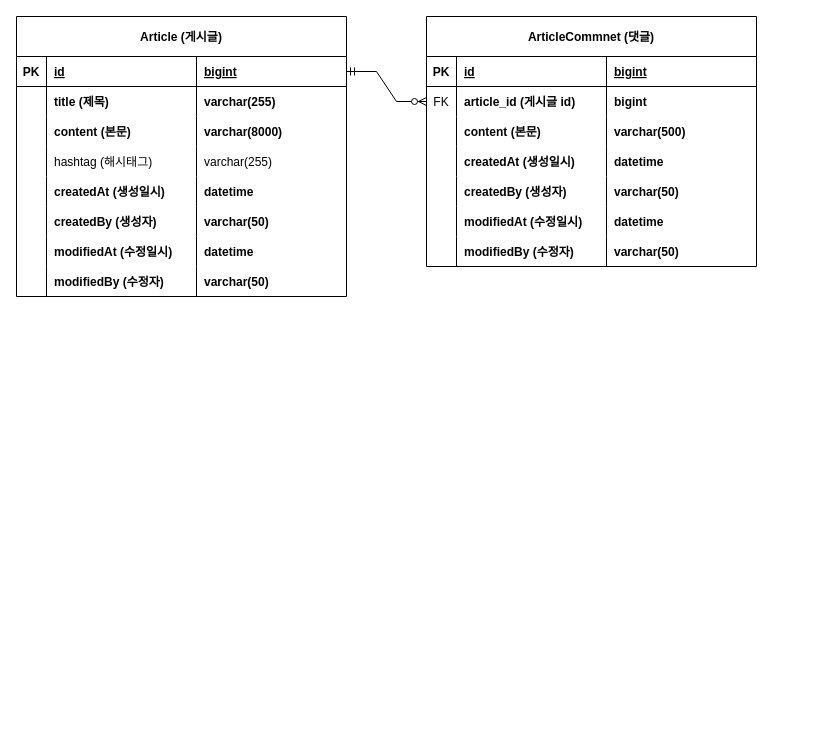
This is document/document.drawio from sorayeon/project-board, a draw.io file, before an edit. Source tidied: cells renumbered, new cells numbered last; positions are measured from the earlier drawing's top-left corner, leaving out a move shared by most shapes. Both pictures are drawn from the tidied source at 100%, with x=0, y=0 at pixel (16, 16).
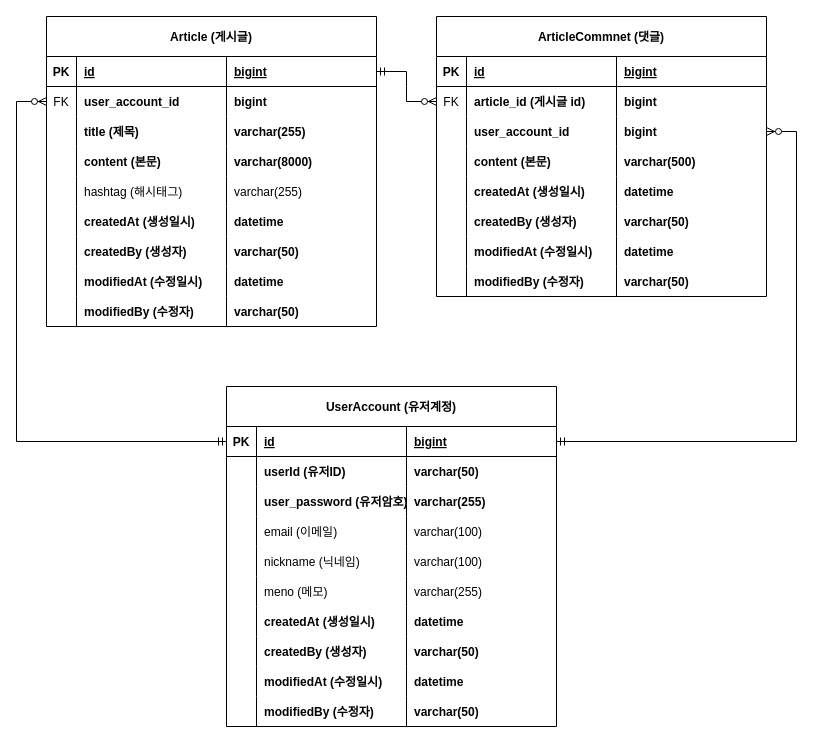
Above is the later version.

Commit message (it also covers changes not shown here):
#12-회원계정 도메인구현 및 ERD 반영

The change refers to these unchanged cells:
```xml
<mxCell id="7" style="shape=tableRow;horizontal=0;startSize=0;swimlaneHead=0;swimlaneBody=0;fillColor=none;points=[[0,0.5],[1,0.5]];portConstraint=eastwest;top=0;left=0;right=0;bottom=0;" parent="2" vertex="1">
  <mxGeometry y="70" width="330" height="30" as="geometry" />
</mxCell>
<mxCell id="44" style="shape=tableRow;horizontal=0;startSize=0;swimlaneHead=0;swimlaneBody=0;fillColor=none;points=[[0,0.5],[1,0.5]];portConstraint=eastwest;top=0;left=0;right=0;bottom=0;" parent="35" vertex="1">
  <mxGeometry y="100" width="330" height="30" as="geometry" />
</mxCell>
```

Diff of the diagram source:
```diff
@@
     <mxCell id="2" value="Article (게시글)" style="shape=table;startSize=40;childLayout=tableLayout;rowLines=0;fontStyle=1;align=center;" parent="1" vertex="1">
-      <mxGeometry width="330" height="280" as="geometry" />
+      <mxGeometry x="30" width="330" height="310" as="geometry" />
     </mxCell>
@@
-    <mxCell id="8" style="shape=partialRectangle;fillColor=none;top=0;left=0;bottom=0;right=0;overflow=hidden;" parent="7" vertex="1">
+    <mxCell id="8" value="FK" style="shape=partialRectangle;fillColor=none;top=0;left=0;bottom=0;right=0;overflow=hidden;" parent="7" vertex="1">
       <mxGeometry width="30" height="30" as="geometry" />
     </mxCell>
-    <mxCell id="9" value="title (제목)" style="shape=partialRectangle;fillColor=none;top=0;left=0;bottom=0;right=0;align=left;spacingLeft=6;overflow=hidden;fontStyle=1;" parent="7" vertex="1">
+    <mxCell id="9" value="user_account_id" style="shape=partialRectangle;fillColor=none;top=0;left=0;bottom=0;right=0;align=left;spacingLeft=6;overflow=hidden;fontStyle=1;" parent="7" vertex="1">
       <mxGeometry x="30" width="150" height="30" as="geometry" />
     </mxCell>
-    <mxCell id="10" value="varchar(255)" style="shape=partialRectangle;fillColor=none;top=0;left=0;bottom=0;right=0;align=left;spacingLeft=6;overflow=hidden;fontStyle=1;" parent="7" vertex="1">
+    <mxCell id="10" value="bigint" style="shape=partialRectangle;fillColor=none;top=0;left=0;bottom=0;right=0;align=left;spacingLeft=6;overflow=hidden;fontStyle=1;" parent="7" vertex="1">
       <mxGeometry x="180" width="150" height="30" as="geometry" />
     </mxCell>
+    <mxCell id="65" style="shape=tableRow;horizontal=0;startSize=0;swimlaneHead=0;swimlaneBody=0;fillColor=none;top=0;left=0;right=0;bottom=0;" parent="2" vertex="1">
+      <mxGeometry y="100" width="330" height="30" as="geometry" />
+    </mxCell>
+    <mxCell id="66" style="shape=partialRectangle;fillColor=none;top=0;left=0;bottom=0;right=0;overflow=hidden;" parent="65" vertex="1">
+      <mxGeometry width="30" height="30" as="geometry" />
+    </mxCell>
+    <mxCell id="67" value="title (제목)" style="shape=partialRectangle;fillColor=none;top=0;left=0;bottom=0;right=0;align=left;spacingLeft=6;overflow=hidden;fontStyle=1;" parent="65" vertex="1">
+      <mxGeometry x="30" width="150" height="30" as="geometry" />
+    </mxCell>
+    <mxCell id="68" value="varchar(255)" style="shape=partialRectangle;fillColor=none;top=0;left=0;bottom=0;right=0;align=left;spacingLeft=6;overflow=hidden;fontStyle=1;" parent="65" vertex="1">
+      <mxGeometry x="180" width="150" height="30" as="geometry" />
+    </mxCell>
     <mxCell id="11" style="shape=tableRow;horizontal=0;startSize=0;swimlaneHead=0;swimlaneBody=0;fillColor=none;top=0;left=0;right=0;bottom=0;" parent="2" vertex="1">
-      <mxGeometry y="100" width="330" height="30" as="geometry" />
+      <mxGeometry y="130" width="330" height="30" as="geometry" />
     </mxCell>
@@
     <mxCell id="15" style="shape=tableRow;horizontal=0;startSize=0;swimlaneHead=0;swimlaneBody=0;fillColor=none;top=0;left=0;right=0;bottom=0;" parent="2" vertex="1">
-      <mxGeometry y="130" width="330" height="30" as="geometry" />
+      <mxGeometry y="160" width="330" height="30" as="geometry" />
     </mxCell>
@@
     <mxCell id="19" style="shape=tableRow;horizontal=0;startSize=0;swimlaneHead=0;swimlaneBody=0;fillColor=none;top=0;left=0;right=0;bottom=0;" parent="2" vertex="1">
-      <mxGeometry y="160" width="330" height="30" as="geometry" />
+      <mxGeometry y="190" width="330" height="30" as="geometry" />
     </mxCell>
@@
     <mxCell id="23" style="shape=tableRow;horizontal=0;startSize=0;swimlaneHead=0;swimlaneBody=0;fillColor=none;top=0;left=0;right=0;bottom=0;" parent="2" vertex="1">
-      <mxGeometry y="190" width="330" height="30" as="geometry" />
+      <mxGeometry y="220" width="330" height="30" as="geometry" />
     </mxCell>
@@
     <mxCell id="27" style="shape=tableRow;horizontal=0;startSize=0;swimlaneHead=0;swimlaneBody=0;fillColor=none;top=0;left=0;right=0;bottom=0;" parent="2" vertex="1">
-      <mxGeometry y="220" width="330" height="30" as="geometry" />
+      <mxGeometry y="250" width="330" height="30" as="geometry" />
     </mxCell>
@@
     <mxCell id="31" style="shape=tableRow;horizontal=0;startSize=0;swimlaneHead=0;swimlaneBody=0;fillColor=none;top=0;left=0;right=0;bottom=0;" parent="2" vertex="1">
-      <mxGeometry y="250" width="330" height="30" as="geometry" />
+      <mxGeometry y="280" width="330" height="30" as="geometry" />
     </mxCell>
@@
     <mxCell id="35" value="ArticleCommnet (댓글)" style="shape=table;startSize=40;childLayout=tableLayout;rowLines=0;fontStyle=1;align=center;" parent="1" vertex="1">
-      <mxGeometry x="410" width="330" height="250" as="geometry" />
+      <mxGeometry x="420" width="330" height="280" as="geometry" />
     </mxCell>
@@
-    <mxCell id="46" value="content (본문)" style="shape=partialRectangle;fillColor=none;top=0;left=0;bottom=0;right=0;align=left;spacingLeft=6;overflow=hidden;fontStyle=1;" parent="44" vertex="1">
+    <mxCell id="46" value="user_account_id" style="shape=partialRectangle;fillColor=none;top=0;left=0;bottom=0;right=0;align=left;spacingLeft=6;overflow=hidden;fontStyle=1;" parent="44" vertex="1">
       <mxGeometry x="30" width="150" height="30" as="geometry" />
     </mxCell>
-    <mxCell id="47" value="varchar(500)" style="shape=partialRectangle;fillColor=none;top=0;left=0;bottom=0;right=0;align=left;spacingLeft=6;overflow=hidden;fontStyle=1;" parent="44" vertex="1">
+    <mxCell id="47" value="bigint" style="shape=partialRectangle;fillColor=none;top=0;left=0;bottom=0;right=0;align=left;spacingLeft=6;overflow=hidden;fontStyle=1;" parent="44" vertex="1">
       <mxGeometry x="180" width="150" height="30" as="geometry" />
     </mxCell>
+    <mxCell id="69" style="shape=tableRow;horizontal=0;startSize=0;swimlaneHead=0;swimlaneBody=0;fillColor=none;top=0;left=0;right=0;bottom=0;" parent="35" vertex="1">
+      <mxGeometry y="130" width="330" height="30" as="geometry" />
+    </mxCell>
+    <mxCell id="70" style="shape=partialRectangle;fillColor=none;top=0;left=0;bottom=0;right=0;overflow=hidden;" parent="69" vertex="1">
+      <mxGeometry width="30" height="30" as="geometry" />
+    </mxCell>
+    <mxCell id="71" value="content (본문)" style="shape=partialRectangle;fillColor=none;top=0;left=0;bottom=0;right=0;align=left;spacingLeft=6;overflow=hidden;fontStyle=1;" parent="69" vertex="1">
+      <mxGeometry x="30" width="150" height="30" as="geometry" />
+    </mxCell>
+    <mxCell id="72" value="varchar(500)" style="shape=partialRectangle;fillColor=none;top=0;left=0;bottom=0;right=0;align=left;spacingLeft=6;overflow=hidden;fontStyle=1;" parent="69" vertex="1">
+      <mxGeometry x="180" width="150" height="30" as="geometry" />
+    </mxCell>
     <mxCell id="48" style="shape=tableRow;horizontal=0;startSize=0;swimlaneHead=0;swimlaneBody=0;fillColor=none;top=0;left=0;right=0;bottom=0;" parent="35" vertex="1">
-      <mxGeometry y="130" width="330" height="30" as="geometry" />
+      <mxGeometry y="160" width="330" height="30" as="geometry" />
     </mxCell>
@@
     <mxCell id="52" style="shape=tableRow;horizontal=0;startSize=0;swimlaneHead=0;swimlaneBody=0;fillColor=none;top=0;left=0;right=0;bottom=0;" parent="35" vertex="1">
-      <mxGeometry y="160" width="330" height="30" as="geometry" />
+      <mxGeometry y="190" width="330" height="30" as="geometry" />
     </mxCell>
@@
     <mxCell id="56" style="shape=tableRow;horizontal=0;startSize=0;swimlaneHead=0;swimlaneBody=0;fillColor=none;top=0;left=0;right=0;bottom=0;" parent="35" vertex="1">
-      <mxGeometry y="190" width="330" height="30" as="geometry" />
+      <mxGeometry y="220" width="330" height="30" as="geometry" />
     </mxCell>
@@
     <mxCell id="60" style="shape=tableRow;horizontal=0;startSize=0;swimlaneHead=0;swimlaneBody=0;fillColor=none;top=0;left=0;right=0;bottom=0;" parent="35" vertex="1">
-      <mxGeometry y="220" width="330" height="30" as="geometry" />
+      <mxGeometry y="250" width="330" height="30" as="geometry" />
     </mxCell>
@@
+    <mxCell id="73" value="UserAccount (유저계정)" style="shape=table;startSize=40;childLayout=tableLayout;rowLines=0;fontStyle=1;align=center;" parent="1" vertex="1">
+      <mxGeometry x="210" y="370" width="330" height="340" as="geometry" />
+    </mxCell>
+    <mxCell id="74" style="shape=tableRow;horizontal=0;startSize=0;swimlaneHead=0;swimlaneBody=0;fillColor=none;points=[[0,0.5],[1,0.5]];portConstraint=eastwest;top=0;left=0;right=0;bottom=1;" parent="73" vertex="1">
+      <mxGeometry y="40" width="330" height="30" as="geometry" />
+    </mxCell>
+    <mxCell id="75" value="PK" style="shape=partialRectangle;fillColor=none;top=0;left=0;bottom=0;right=0;fontStyle=1;overflow=hidden;" parent="74" vertex="1">
+      <mxGeometry width="30" height="30" as="geometry" />
+    </mxCell>
+    <mxCell id="76" value="id" style="shape=partialRectangle;fillColor=none;top=0;left=0;bottom=0;right=0;align=left;spacingLeft=6;fontStyle=5;overflow=hidden;" parent="74" vertex="1">
+      <mxGeometry x="30" width="150" height="30" as="geometry" />
+    </mxCell>
+    <mxCell id="77" value="bigint" style="shape=partialRectangle;fillColor=none;top=0;left=0;bottom=0;right=0;align=left;spacingLeft=6;fontStyle=5;overflow=hidden;" parent="74" vertex="1">
+      <mxGeometry x="180" width="150" height="30" as="geometry" />
+    </mxCell>
+    <mxCell id="78" style="shape=tableRow;horizontal=0;startSize=0;swimlaneHead=0;swimlaneBody=0;fillColor=none;top=0;left=0;right=0;bottom=0;" parent="73" vertex="1">
+      <mxGeometry y="70" width="330" height="30" as="geometry" />
+    </mxCell>
+    <mxCell id="79" style="shape=partialRectangle;fillColor=none;top=0;left=0;bottom=0;right=0;overflow=hidden;" parent="78" vertex="1">
+      <mxGeometry width="30" height="30" as="geometry" />
+    </mxCell>
+    <mxCell id="80" value="userId (유저ID)" style="shape=partialRectangle;fillColor=none;top=0;left=0;bottom=0;right=0;align=left;spacingLeft=6;overflow=hidden;fontStyle=1;" parent="78" vertex="1">
+      <mxGeometry x="30" width="150" height="30" as="geometry" />
+    </mxCell>
+    <mxCell id="81" value="varchar(50)" style="shape=partialRectangle;fillColor=none;top=0;left=0;bottom=0;right=0;align=left;spacingLeft=6;overflow=hidden;fontStyle=1;" parent="78" vertex="1">
+      <mxGeometry x="180" width="150" height="30" as="geometry" />
+    </mxCell>
+    <mxCell id="82" style="shape=tableRow;horizontal=0;startSize=0;swimlaneHead=0;swimlaneBody=0;fillColor=none;top=0;left=0;right=0;bottom=0;" parent="73" vertex="1">
+      <mxGeometry y="100" width="330" height="30" as="geometry" />
+    </mxCell>
+    <mxCell id="83" style="shape=partialRectangle;fillColor=none;top=0;left=0;bottom=0;right=0;overflow=hidden;" parent="82" vertex="1">
+      <mxGeometry width="30" height="30" as="geometry" />
+    </mxCell>
+    <mxCell id="84" value="user_password (유저암호)" style="shape=partialRectangle;fillColor=none;top=0;left=0;bottom=0;right=0;align=left;spacingLeft=6;overflow=hidden;fontStyle=1;" parent="82" vertex="1">
+      <mxGeometry x="30" width="150" height="30" as="geometry" />
+    </mxCell>
+    <mxCell id="85" value="varchar(255)" style="shape=partialRectangle;fillColor=none;top=0;left=0;bottom=0;right=0;align=left;spacingLeft=6;overflow=hidden;fontStyle=1;" parent="82" vertex="1">
+      <mxGeometry x="180" width="150" height="30" as="geometry" />
+    </mxCell>
+    <mxCell id="86" style="shape=tableRow;horizontal=0;startSize=0;swimlaneHead=0;swimlaneBody=0;fillColor=none;top=0;left=0;right=0;bottom=0;" parent="73" vertex="1">
+      <mxGeometry y="130" width="330" height="30" as="geometry" />
+    </mxCell>
+    <mxCell id="87" style="shape=partialRectangle;fillColor=none;top=0;left=0;bottom=0;right=0;overflow=hidden;" parent="86" vertex="1">
+      <mxGeometry width="30" height="30" as="geometry" />
+    </mxCell>
+    <mxCell id="88" value="email (이메일)" style="shape=partialRectangle;fillColor=none;top=0;left=0;bottom=0;right=0;align=left;spacingLeft=6;overflow=hidden;" parent="86" vertex="1">
+      <mxGeometry x="30" width="150" height="30" as="geometry" />
+    </mxCell>
+    <mxCell id="89" value="varchar(100)" style="shape=partialRectangle;fillColor=none;top=0;left=0;bottom=0;right=0;align=left;spacingLeft=6;overflow=hidden;" parent="86" vertex="1">
+      <mxGeometry x="180" width="150" height="30" as="geometry" />
+    </mxCell>
+    <mxCell id="90" style="shape=tableRow;horizontal=0;startSize=0;swimlaneHead=0;swimlaneBody=0;fillColor=none;top=0;left=0;right=0;bottom=0;" parent="73" vertex="1">
+      <mxGeometry y="160" width="330" height="30" as="geometry" />
+    </mxCell>
+    <mxCell id="91" style="shape=partialRectangle;fillColor=none;top=0;left=0;bottom=0;right=0;overflow=hidden;" parent="90" vertex="1">
+      <mxGeometry width="30" height="30" as="geometry" />
+    </mxCell>
+    <mxCell id="92" value="nickname (닉네임)" style="shape=partialRectangle;fillColor=none;top=0;left=0;bottom=0;right=0;align=left;spacingLeft=6;overflow=hidden;" parent="90" vertex="1">
+      <mxGeometry x="30" width="150" height="30" as="geometry" />
+    </mxCell>
+    <mxCell id="93" value="varchar(100)" style="shape=partialRectangle;fillColor=none;top=0;left=0;bottom=0;right=0;align=left;spacingLeft=6;overflow=hidden;" parent="90" vertex="1">
+      <mxGeometry x="180" width="150" height="30" as="geometry" />
+    </mxCell>
+    <mxCell id="94" style="shape=tableRow;horizontal=0;startSize=0;swimlaneHead=0;swimlaneBody=0;fillColor=none;top=0;left=0;right=0;bottom=0;" parent="73" vertex="1">
+      <mxGeometry y="190" width="330" height="30" as="geometry" />
+    </mxCell>
+    <mxCell id="95" style="shape=partialRectangle;fillColor=none;top=0;left=0;bottom=0;right=0;overflow=hidden;" parent="94" vertex="1">
+      <mxGeometry width="30" height="30" as="geometry" />
+    </mxCell>
+    <mxCell id="96" value="meno (메모)" style="shape=partialRectangle;fillColor=none;top=0;left=0;bottom=0;right=0;align=left;spacingLeft=6;overflow=hidden;" parent="94" vertex="1">
+      <mxGeometry x="30" width="150" height="30" as="geometry" />
+    </mxCell>
+    <mxCell id="97" value="varchar(255)" style="shape=partialRectangle;fillColor=none;top=0;left=0;bottom=0;right=0;align=left;spacingLeft=6;overflow=hidden;" parent="94" vertex="1">
+      <mxGeometry x="180" width="150" height="30" as="geometry" />
+    </mxCell>
+    <mxCell id="98" style="shape=tableRow;horizontal=0;startSize=0;swimlaneHead=0;swimlaneBody=0;fillColor=none;top=0;left=0;right=0;bottom=0;" parent="73" vertex="1">
+      <mxGeometry y="220" width="330" height="30" as="geometry" />
+    </mxCell>
+    <mxCell id="99" style="shape=partialRectangle;fillColor=none;top=0;left=0;bottom=0;right=0;overflow=hidden;" parent="98" vertex="1">
+      <mxGeometry width="30" height="30" as="geometry" />
+    </mxCell>
+    <mxCell id="100" value="createdAt (생성일시)" style="shape=partialRectangle;fillColor=none;top=0;left=0;bottom=0;right=0;align=left;spacingLeft=6;overflow=hidden;fontStyle=1;" parent="98" vertex="1">
+      <mxGeometry x="30" width="150" height="30" as="geometry" />
+    </mxCell>
+    <mxCell id="101" value="datetime" style="shape=partialRectangle;fillColor=none;top=0;left=0;bottom=0;right=0;align=left;spacingLeft=6;overflow=hidden;fontStyle=1;" parent="98" vertex="1">
+      <mxGeometry x="180" width="150" height="30" as="geometry" />
+    </mxCell>
+    <mxCell id="102" style="shape=tableRow;horizontal=0;startSize=0;swimlaneHead=0;swimlaneBody=0;fillColor=none;top=0;left=0;right=0;bottom=0;" parent="73" vertex="1">
+      <mxGeometry y="250" width="330" height="30" as="geometry" />
+    </mxCell>
+    <mxCell id="103" style="shape=partialRectangle;fillColor=none;top=0;left=0;bottom=0;right=0;overflow=hidden;" parent="102" vertex="1">
+      <mxGeometry width="30" height="30" as="geometry" />
+    </mxCell>
+    <mxCell id="104" value="createdBy (생성자)" style="shape=partialRectangle;fillColor=none;top=0;left=0;bottom=0;right=0;align=left;spacingLeft=6;overflow=hidden;fontStyle=1;" parent="102" vertex="1">
+      <mxGeometry x="30" width="150" height="30" as="geometry" />
+    </mxCell>
+    <mxCell id="105" value="varchar(50)" style="shape=partialRectangle;fillColor=none;top=0;left=0;bottom=0;right=0;align=left;spacingLeft=6;overflow=hidden;fontStyle=1;" parent="102" vertex="1">
+      <mxGeometry x="180" width="150" height="30" as="geometry" />
+    </mxCell>
+    <mxCell id="106" style="shape=tableRow;horizontal=0;startSize=0;swimlaneHead=0;swimlaneBody=0;fillColor=none;top=0;left=0;right=0;bottom=0;" parent="73" vertex="1">
+      <mxGeometry y="280" width="330" height="30" as="geometry" />
+    </mxCell>
+    <mxCell id="107" style="shape=partialRectangle;fillColor=none;top=0;left=0;bottom=0;right=0;overflow=hidden;" parent="106" vertex="1">
+      <mxGeometry width="30" height="30" as="geometry" />
+    </mxCell>
+    <mxCell id="108" value="modifiedAt (수정일시)" style="shape=partialRectangle;fillColor=none;top=0;left=0;bottom=0;right=0;align=left;spacingLeft=6;overflow=hidden;fontStyle=1;" parent="106" vertex="1">
+      <mxGeometry x="30" width="150" height="30" as="geometry" />
+    </mxCell>
+    <mxCell id="109" value="datetime" style="shape=partialRectangle;fillColor=none;top=0;left=0;bottom=0;right=0;align=left;spacingLeft=6;overflow=hidden;fontStyle=1;" parent="106" vertex="1">
+      <mxGeometry x="180" width="150" height="30" as="geometry" />
+    </mxCell>
+    <mxCell id="110" style="shape=tableRow;horizontal=0;startSize=0;swimlaneHead=0;swimlaneBody=0;fillColor=none;top=0;left=0;right=0;bottom=0;" parent="73" vertex="1">
+      <mxGeometry y="310" width="330" height="30" as="geometry" />
+    </mxCell>
+    <mxCell id="111" style="shape=partialRectangle;fillColor=none;top=0;left=0;bottom=0;right=0;overflow=hidden;" parent="110" vertex="1">
+      <mxGeometry width="30" height="30" as="geometry" />
+    </mxCell>
+    <mxCell id="112" value="modifiedBy (수정자)" style="shape=partialRectangle;fillColor=none;top=0;left=0;bottom=0;right=0;align=left;spacingLeft=6;overflow=hidden;fontStyle=1;" parent="110" vertex="1">
+      <mxGeometry x="30" width="150" height="30" as="geometry" />
+    </mxCell>
+    <mxCell id="113" value="varchar(50)" style="shape=partialRectangle;fillColor=none;top=0;left=0;bottom=0;right=0;align=left;spacingLeft=6;overflow=hidden;fontStyle=1;" parent="110" vertex="1">
+      <mxGeometry x="180" width="150" height="30" as="geometry" />
+    </mxCell>
+    <mxCell id="114" style="edgeStyle=orthogonalEdgeStyle;fontSize=12;html=1;endArrow=ERzeroToMany;startArrow=ERmandOne;exitX=0;exitY=0.5;exitDx=0;exitDy=0;entryX=0;entryY=0.5;entryDx=0;entryDy=0;rounded=0;jumpStyle=none;shadow=0;" parent="1" edge="1" source="74" target="7">
+      <mxGeometry relative="1" as="geometry">
+        <Array as="points">
+          <mxPoint y="425" />
+          <mxPoint y="85" />
+        </Array>
+      </mxGeometry>
+    </mxCell>
+    <mxCell id="115" style="edgeStyle=orthogonalEdgeStyle;fontSize=12;html=1;endArrow=ERzeroToMany;startArrow=ERmandOne;exitX=1;exitY=0.5;exitDx=0;exitDy=0;rounded=0;jumpStyle=none;shadow=0;entryX=1;entryY=0.5;entryDx=0;entryDy=0;" parent="1" edge="1" source="74" target="44">
+      <mxGeometry relative="1" as="geometry">
+        <Array as="points">
+          <mxPoint x="780" y="425" />
+          <mxPoint x="780" y="115" />
+        </Array>
+      </mxGeometry>
+    </mxCell>
```
